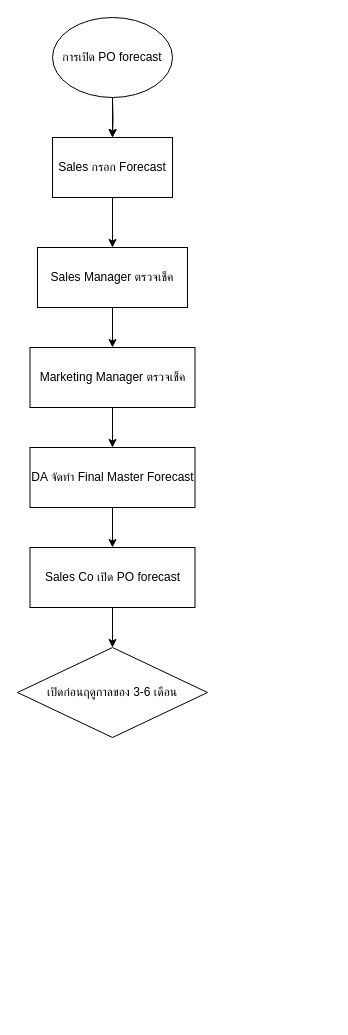
KitakanWiset/skills-introduction-to-github keeps this draw.io diagram as Untitled Diagram.drawio. Above is the earlier version. Source tidied: cells renumbered, new cells numbered last; positions are measured from the earlier drawing's top-left corner, leaving out a move shared by most shapes. Both pictures are drawn from the tidied source at 100%, with x=0, y=0 at pixel (17, 17).
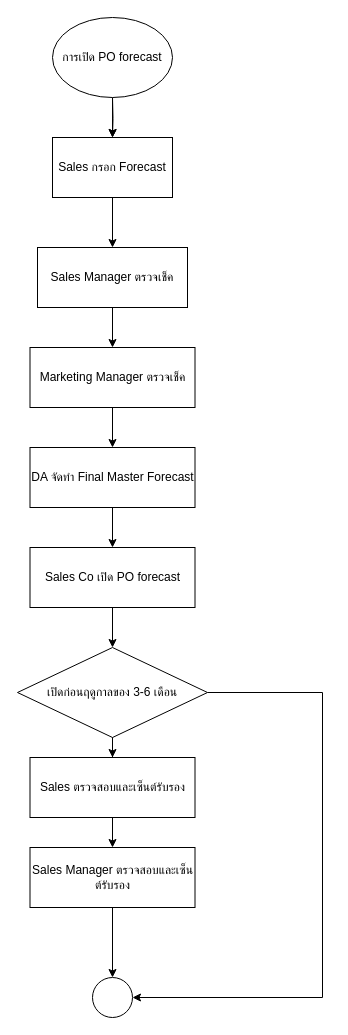
The same diagram, later.

Commit message:
PO-forecast flowchart

The change refers to these unchanged cells:
```xml
<mxCell id="13" value="เปิดก่อนฤดูกาลของ 3-6 เดือน" style="rhombus;whiteSpace=wrap;html=1;" parent="1" vertex="1">
  <mxGeometry y="630" width="190" height="90" as="geometry" />
</mxCell>
```

The edit, as a diff of the source:
```diff
@@
+    <mxCell id="16" style="edgeStyle=orthogonalEdgeStyle;rounded=0;jettySize=auto;html=1;entryX=1;entryY=0.5;entryDx=0;entryDy=0;" parent="1" edge="1" source="13" target="18">
+      <mxGeometry relative="1" as="geometry">
+        <Array as="points">
+          <mxPoint x="305" y="675" />
+          <mxPoint x="305" y="980" />
+        </Array>
+      </mxGeometry>
+    </mxCell>
+    <mxCell id="17" style="edgeStyle=orthogonalEdgeStyle;rounded=0;jettySize=auto;html=1;" parent="1" edge="1" source="13" target="20">
+      <mxGeometry relative="1" as="geometry" />
+    </mxCell>
@@
+    <mxCell id="18" style="ellipse;whiteSpace=wrap;html=1;" parent="1" vertex="1">
+      <mxGeometry x="75" y="960" width="40" height="40" as="geometry" />
+    </mxCell>
+    <mxCell id="19" style="edgeStyle=orthogonalEdgeStyle;rounded=0;jettySize=auto;html=1;" parent="1" edge="1" source="20" target="22">
+      <mxGeometry relative="1" as="geometry" />
+    </mxCell>
+    <mxCell id="20" value="Sales ตรวจสอบและเซ็นต์รับรอง" style="rounded=0;whiteSpace=wrap;html=1;" parent="1" vertex="1">
+      <mxGeometry x="12.5" y="740" width="165" height="60" as="geometry" />
+    </mxCell>
+    <mxCell id="21" style="edgeStyle=orthogonalEdgeStyle;rounded=0;jettySize=auto;html=1;" parent="1" edge="1" source="22" target="18">
+      <mxGeometry relative="1" as="geometry" />
+    </mxCell>
+    <mxCell id="22" value="Sales Manager ตรวจสอบและเซ็นต์รับรอง" style="rounded=0;whiteSpace=wrap;html=1;" parent="1" vertex="1">
+      <mxGeometry x="12.5" y="830" width="165" height="60" as="geometry" />
+    </mxCell>
```
